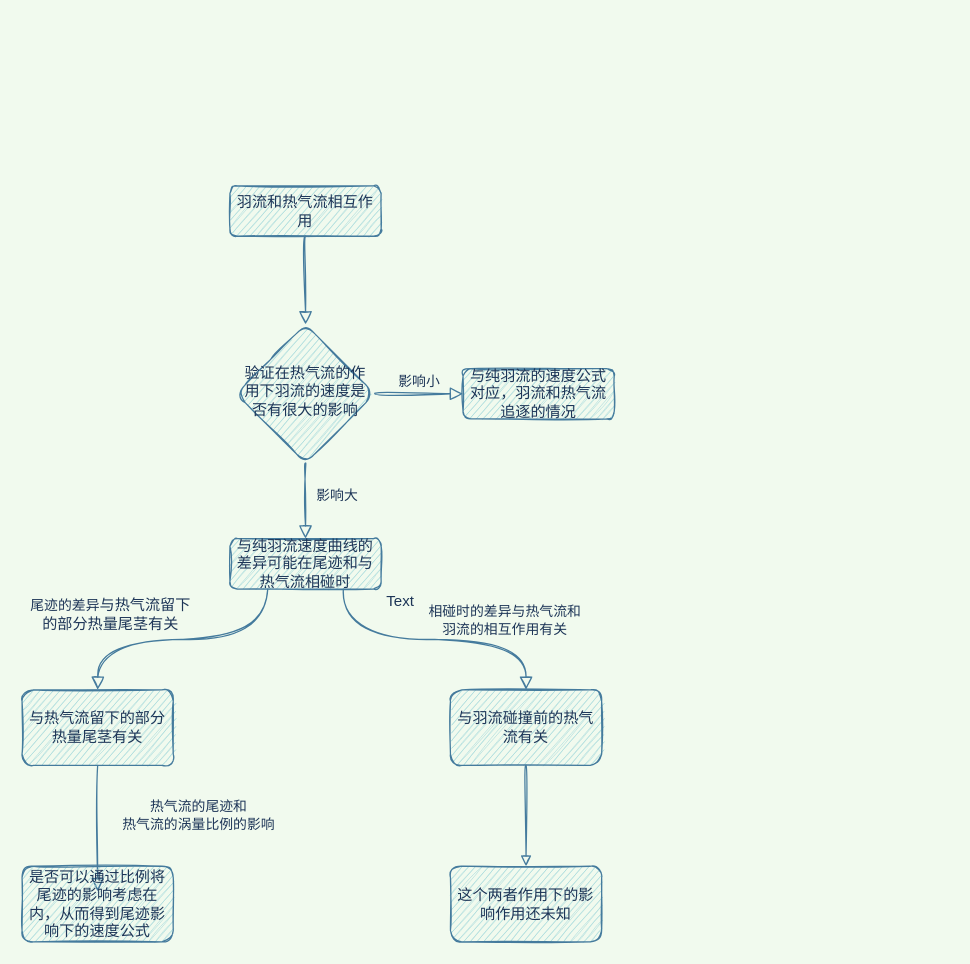
The draw.io diagram page "Page-1" (1 of 2) of 羽流.drawio in xinanla/drawio, before the edit. Source tidied: cells renumbered, new cells numbered last; positions are measured from the earlier drawing's top-left corner, leaving out a move shared by most shapes. Both pictures are drawn from the tidied source at 126%, with x=0, y=0 at pixel (21, 185).
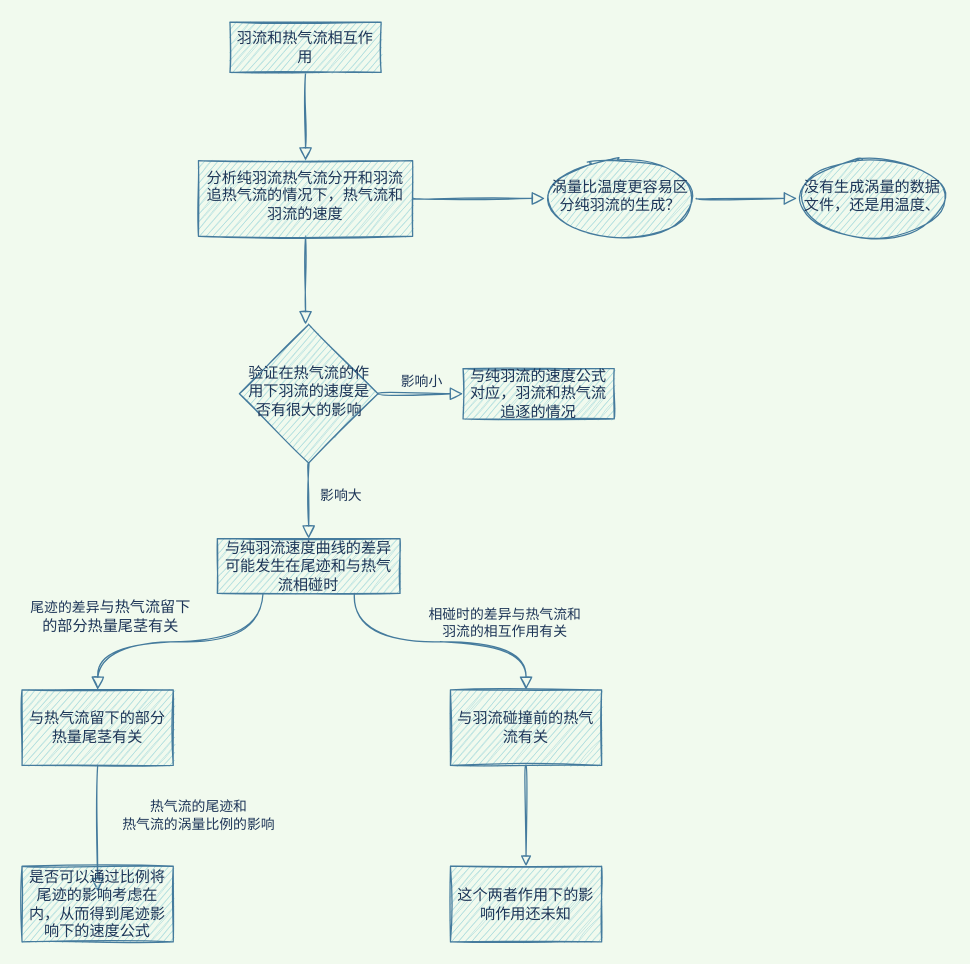
After the change.

What changed in the source:
```diff
@@
-    <mxCell id="2" style="html=1;jettySize=auto;fontSize=11;endArrow=block;endFill=0;endSize=8;strokeWidth=1;shadow=0;labelBackgroundColor=none;edgeStyle=orthogonalEdgeStyle;strokeColor=#457B9D;fontColor=#1D3557;sketch=1;curved=1;" parent="1" edge="1" source="3" target="5">
-      <mxGeometry relative="1" as="geometry" />
-    </mxCell>
+    <mxCell id="18" style="edgeStyle=orthogonalEdgeStyle;jettySize=auto;html=1;shadow=0;labelBackgroundColor=none;fontColor=#1D3557;endArrow=block;endFill=0;endSize=8;strokeColor=#457B9D;strokeWidth=1;curved=1;sketch=1;" parent="1" edge="1" source="3">
+      <mxGeometry relative="1" as="geometry">
+        <mxPoint x="225" y="-20" as="targetPoint" />
+      </mxGeometry>
+    </mxCell>
-    <mxCell id="3" value="&lt;font face=&quot;Times New Roman&quot;&gt;羽流和热气流相互作用&lt;/font&gt;" style="whiteSpace=wrap;html=1;fontSize=12;glass=0;strokeWidth=1;shadow=0;fillColor=#A8DADC;strokeColor=#457B9D;fontColor=#1D3557;rounded=1;sketch=1;" parent="1" vertex="1">
-      <mxGeometry x="165" width="120" height="40" as="geometry" />
+    <mxCell id="3" value="&lt;font face=&quot;Times New Roman&quot;&gt;羽流和热气流相互作用&lt;/font&gt;" style="whiteSpace=wrap;html=1;fontSize=12;glass=0;strokeWidth=1;shadow=0;fillColor=#A8DADC;strokeColor=#457B9D;fontColor=#1D3557;sketch=1;" parent="1" vertex="1">
+      <mxGeometry x="165" y="-130" width="120" height="40" as="geometry" />
     </mxCell>
-    <mxCell id="4" value="影响小" style="edgeStyle=orthogonalEdgeStyle;html=1;jettySize=auto;fontSize=11;endArrow=block;endFill=0;endSize=8;strokeWidth=1;shadow=0;labelBackgroundColor=none;strokeColor=#457B9D;fontColor=#1D3557;sketch=1;curved=1;" parent="1" edge="1" source="5" target="6">
+    <mxCell id="4" value="影响小" style="edgeStyle=orthogonalEdgeStyle;html=1;jettySize=auto;fontSize=11;endArrow=block;endFill=0;endSize=8;strokeWidth=1;shadow=0;labelBackgroundColor=none;strokeColor=#457B9D;fontColor=#1D3557;curved=1;sketch=1;" parent="1" edge="1" source="5" target="6">
       <mxGeometry y="10" relative="1" as="geometry" />
     </mxCell>
-    <mxCell id="5" value="验证在热气流的作用下羽流的速度是否有很大的影响" style="rhombus;whiteSpace=wrap;html=1;shadow=0;fontFamily=Helvetica;fontSize=12;align=center;strokeWidth=1;spacing=6;spacingTop=-4;fillColor=#A8DADC;strokeColor=#457B9D;fontColor=#1D3557;rounded=1;sketch=1;" parent="1" vertex="1">
-      <mxGeometry x="170" y="110" width="110" height="110" as="geometry" />
+    <mxCell id="5" value="验证在热气流的作用下羽流的速度是否有很大的影响" style="rhombus;whiteSpace=wrap;html=1;shadow=0;fontFamily=Helvetica;fontSize=12;align=center;strokeWidth=1;spacing=6;spacingTop=-4;fillColor=#A8DADC;strokeColor=#457B9D;fontColor=#1D3557;sketch=1;" parent="1" vertex="1">
+      <mxGeometry x="172.5" y="110" width="110" height="110" as="geometry" />
     </mxCell>
-    <mxCell id="6" value="与纯羽流的速度公式对应，羽流和热气流追逐的情况" style="whiteSpace=wrap;html=1;fontSize=12;glass=0;strokeWidth=1;shadow=0;fillColor=#A8DADC;strokeColor=#457B9D;fontColor=#1D3557;rounded=1;sketch=1;" parent="1" vertex="1">
+    <mxCell id="6" value="与纯羽流的速度公式对应，羽流和热气流追逐的情况" style="whiteSpace=wrap;html=1;fontSize=12;glass=0;strokeWidth=1;shadow=0;fillColor=#A8DADC;strokeColor=#457B9D;fontColor=#1D3557;sketch=1;" parent="1" vertex="1">
       <mxGeometry x="350" y="145" width="120" height="40" as="geometry" />
     </mxCell>
-    <mxCell id="7" value="影响大" style="html=1;jettySize=auto;fontSize=11;endArrow=block;endFill=0;endSize=8;strokeWidth=1;shadow=0;labelBackgroundColor=none;edgeStyle=orthogonalEdgeStyle;strokeColor=#457B9D;fontColor=#1D3557;sketch=1;curved=1;" parent="1" edge="1" source="5" target="8">
+    <mxCell id="7" value="影响大" style="html=1;jettySize=auto;fontSize=11;endArrow=block;endFill=0;endSize=8;strokeWidth=1;shadow=0;labelBackgroundColor=none;edgeStyle=orthogonalEdgeStyle;strokeColor=#457B9D;fontColor=#1D3557;curved=1;sketch=1;" parent="1" edge="1" source="5" target="8">
       <mxGeometry x="-0.14" y="25" relative="1" as="geometry">
         <Array as="points">
           <mxPoint x="225" y="320" />
         </Array>
       </mxGeometry>
     </mxCell>
-    <mxCell id="8" value="与纯羽流速度曲线的差异可能在尾迹和与热气流相碰时" style="whiteSpace=wrap;html=1;fontSize=12;glass=0;strokeWidth=1;shadow=0;fillColor=#A8DADC;strokeColor=#457B9D;fontColor=#1D3557;rounded=1;sketch=1;" parent="1" vertex="1">
-      <mxGeometry x="165" y="280" width="120" height="40" as="geometry" />
+    <mxCell id="8" value="与纯羽流速度曲线的差异可能发生在尾迹和与热气流相碰时" style="whiteSpace=wrap;html=1;fontSize=12;glass=0;strokeWidth=1;shadow=0;fillColor=#A8DADC;strokeColor=#457B9D;fontColor=#1D3557;sketch=1;" parent="1" vertex="1">
+      <mxGeometry x="155" y="280" width="145" height="43.5" as="geometry" />
     </mxCell>
-    <mxCell id="9" value="相碰时的差异与热气流和&lt;br&gt;羽流的相互作用有关" style="html=1;jettySize=auto;fontSize=11;endArrow=block;endFill=0;endSize=8;strokeWidth=1;shadow=0;labelBackgroundColor=none;edgeStyle=orthogonalEdgeStyle;strokeColor=#457B9D;fontColor=#1D3557;sketch=1;exitX=0.75;exitY=1;exitDx=0;exitDy=0;curved=1;entryX=0.5;entryY=0;entryDx=0;entryDy=0;" parent="1" edge="1" source="8" target="13">
+    <mxCell id="9" value="相碰时的差异与热气流和&lt;br&gt;羽流的相互作用有关" style="html=1;jettySize=auto;fontSize=11;endArrow=block;endFill=0;endSize=8;strokeWidth=1;shadow=0;labelBackgroundColor=none;edgeStyle=orthogonalEdgeStyle;strokeColor=#457B9D;fontColor=#1D3557;exitX=0.75;exitY=1;exitDx=0;exitDy=0;entryX=0.5;entryY=0;entryDx=0;entryDy=0;curved=1;sketch=1;" parent="1" edge="1" source="8" target="13">
       <mxGeometry x="0.49" y="15" relative="1" as="geometry" />
     </mxCell>
-    <mxCell id="10" value="尾迹的差异&lt;span style=&quot;font-size: 12px&quot;&gt;与热气流留下&lt;br&gt;的部分热量尾茎有关&lt;/span&gt;" style="html=1;jettySize=auto;fontSize=11;endArrow=block;endFill=0;endSize=8;strokeWidth=1;shadow=0;labelBackgroundColor=none;edgeStyle=orthogonalEdgeStyle;strokeColor=#457B9D;fontColor=#1D3557;sketch=1;exitX=0.25;exitY=1;exitDx=0;exitDy=0;curved=1;" parent="1" edge="1" source="8">
+    <mxCell id="10" value="尾迹的差异&lt;span style=&quot;font-size: 12px&quot;&gt;与热气流留下&lt;br&gt;的部分热量尾茎有关&lt;/span&gt;" style="html=1;jettySize=auto;fontSize=11;endArrow=block;endFill=0;endSize=8;strokeWidth=1;shadow=0;labelBackgroundColor=none;edgeStyle=orthogonalEdgeStyle;strokeColor=#457B9D;fontColor=#1D3557;exitX=0.25;exitY=1;exitDx=0;exitDy=0;entryX=0.25;entryY=1;entryDx=0;entryDy=0;curved=1;sketch=1;" parent="1" edge="1" source="8">
       <mxGeometry x="0.54" y="-20" relative="1" as="geometry">
         <mxPoint x="60" y="400" as="targetPoint" />
       </mxGeometry>
     </mxCell>
-    <mxCell id="11" value="与热气流留下的部分热量尾茎有关" style="rounded=1;whiteSpace=wrap;html=1;sketch=1;fontColor=#1D3557;strokeColor=#457B9D;fillColor=#A8DADC;" parent="1" vertex="1">
+    <mxCell id="11" value="与热气流留下的部分热量尾茎有关" style="whiteSpace=wrap;html=1;fontColor=#1D3557;strokeColor=#457B9D;fillColor=#A8DADC;sketch=1;" parent="1" vertex="1">
       <mxGeometry y="400" width="120" height="60" as="geometry" />
     </mxCell>
-    <mxCell id="12" style="edgeStyle=orthogonalEdgeStyle;curved=1;sketch=1;jettySize=auto;html=1;labelBackgroundColor=none;fontColor=#1D3557;endArrow=block;endFill=0;strokeColor=#457B9D;fillColor=#A8DADC;" parent="1" edge="1" source="13" target="16">
+    <mxCell id="12" style="edgeStyle=orthogonalEdgeStyle;jettySize=auto;html=1;labelBackgroundColor=none;fontColor=#1D3557;endArrow=block;endFill=0;strokeColor=#457B9D;fillColor=#A8DADC;curved=1;sketch=1;" parent="1" edge="1" source="13" target="16">
       <mxGeometry relative="1" as="geometry" />
     </mxCell>
-    <mxCell id="13" value="与羽流碰撞前的热气流有关" style="rounded=1;whiteSpace=wrap;html=1;sketch=1;fontColor=#1D3557;strokeColor=#457B9D;fillColor=#A8DADC;" parent="1" vertex="1">
+    <mxCell id="13" value="与羽流碰撞前的热气流有关" style="whiteSpace=wrap;html=1;fontColor=#1D3557;strokeColor=#457B9D;fillColor=#A8DADC;sketch=1;" parent="1" vertex="1">
       <mxGeometry x="340" y="400" width="120" height="60" as="geometry" />
     </mxCell>
-    <mxCell id="14" value="热气流的尾迹和&lt;br&gt;热气流的涡量比例的影响" style="html=1;jettySize=auto;orthogonalLoop=1;fontSize=11;endArrow=block;endFill=0;endSize=8;strokeWidth=1;shadow=0;labelBackgroundColor=none;edgeStyle=orthogonalEdgeStyle;strokeColor=#457B9D;fontColor=#1D3557;sketch=1;curved=1;" parent="1" edge="1">
+    <mxCell id="14" value="热气流的尾迹和&lt;br&gt;热气流的涡量比例的影响" style="html=1;jettySize=auto;orthogonalLoop=1;fontSize=11;endArrow=block;endFill=0;endSize=8;strokeWidth=1;shadow=0;labelBackgroundColor=none;edgeStyle=orthogonalEdgeStyle;strokeColor=#457B9D;fontColor=#1D3557;curved=1;sketch=1;" parent="1" edge="1">
       <mxGeometry x="-0.2" y="80" relative="1" as="geometry">
         <mxPoint x="60" y="460" as="sourcePoint" />
         <mxPoint x="60" y="560" as="targetPoint" />
         <Array as="points">
           <mxPoint x="60" y="500" />
           <mxPoint x="60" y="500" />
         </Array>
       </mxGeometry>
     </mxCell>
-    <mxCell id="15" value="是否可以通过比例将尾迹的影响考虑在内，从而得到尾迹影响下的速度公式" style="rounded=1;whiteSpace=wrap;html=1;sketch=1;fontColor=#1D3557;strokeColor=#457B9D;fillColor=#A8DADC;" parent="1" vertex="1">
+    <mxCell id="15" value="是否可以通过比例将尾迹的影响考虑在内，从而得到尾迹影响下的速度公式" style="whiteSpace=wrap;html=1;fontColor=#1D3557;strokeColor=#457B9D;fillColor=#A8DADC;sketch=1;" parent="1" vertex="1">
       <mxGeometry y="540" width="120" height="60" as="geometry" />
     </mxCell>
-    <mxCell id="16" value="这个两者作用下的影响作用还未知" style="rounded=1;whiteSpace=wrap;html=1;fontColor=#1D3557;strokeColor=#457B9D;fillColor=#A8DADC;sketch=1;" parent="1" vertex="1">
+    <mxCell id="16" value="这个两者作用下的影响作用还未知" style="whiteSpace=wrap;html=1;fontColor=#1D3557;strokeColor=#457B9D;fillColor=#A8DADC;sketch=1;" parent="1" vertex="1">
       <mxGeometry x="340" y="540" width="120" height="60" as="geometry" />
     </mxCell>
-    <mxCell id="17" value="Text" style="text;html=1;align=center;verticalAlign=middle;strokeColor=none;fontColor=#1D3557;" parent="1" vertex="1">
-      <mxGeometry x="280" y="320" width="40" height="20" as="geometry" />
-    </mxCell>
+    <mxCell id="19" style="edgeStyle=orthogonalEdgeStyle;jettySize=auto;html=1;shadow=0;labelBackgroundColor=none;fontColor=#1D3557;endArrow=block;endFill=0;endSize=8;strokeColor=#457B9D;strokeWidth=1;curved=1;sketch=1;" parent="1" edge="1" source="21">
+      <mxGeometry relative="1" as="geometry">
+        <mxPoint x="225" y="110" as="targetPoint" />
+      </mxGeometry>
+    </mxCell>
+    <mxCell id="20" style="edgeStyle=orthogonalEdgeStyle;jettySize=auto;html=1;shadow=0;labelBackgroundColor=none;fontColor=#1D3557;endArrow=block;endFill=0;endSize=8;strokeColor=#457B9D;strokeWidth=1;curved=1;sketch=1;" parent="1" edge="1" source="21" target="23">
+      <mxGeometry relative="1" as="geometry" />
+    </mxCell>
+    <mxCell id="21" value="分析纯羽流热气流分开和羽流追热气流的情况下，热气流和羽流的速度" style="whiteSpace=wrap;html=1;shadow=0;fontColor=#1D3557;strokeColor=#457B9D;strokeWidth=1;fillColor=#A8DADC;spacing=6;spacingTop=-4;sketch=1;" parent="1" vertex="1">
+      <mxGeometry x="140" y="-20" width="170" height="60" as="geometry" />
+    </mxCell>
+    <mxCell id="22" style="edgeStyle=orthogonalEdgeStyle;jettySize=auto;html=1;shadow=0;labelBackgroundColor=none;fontColor=#1D3557;endArrow=block;endFill=0;endSize=8;strokeColor=#457B9D;strokeWidth=1;curved=1;sketch=1;" parent="1" edge="1" source="23" target="24">
+      <mxGeometry relative="1" as="geometry" />
+    </mxCell>
+    <mxCell id="23" value="涡量比温度更容易区分纯羽流的生成？" style="ellipse;whiteSpace=wrap;html=1;shadow=0;fontColor=#1D3557;strokeColor=#457B9D;strokeWidth=1;fillColor=#A8DADC;spacing=6;spacingTop=-4;sketch=1;" parent="1" vertex="1">
+      <mxGeometry x="415" y="-20" width="120" height="60" as="geometry" />
+    </mxCell>
+    <mxCell id="24" value="没有生成涡量的数据文件，还是用温度、" style="ellipse;whiteSpace=wrap;html=1;shadow=0;fontColor=#1D3557;strokeColor=#457B9D;strokeWidth=1;fillColor=#A8DADC;spacing=6;spacingTop=-4;sketch=1;" parent="1" vertex="1">
+      <mxGeometry x="615" y="-20" width="120" height="60" as="geometry" />
+    </mxCell>
```
